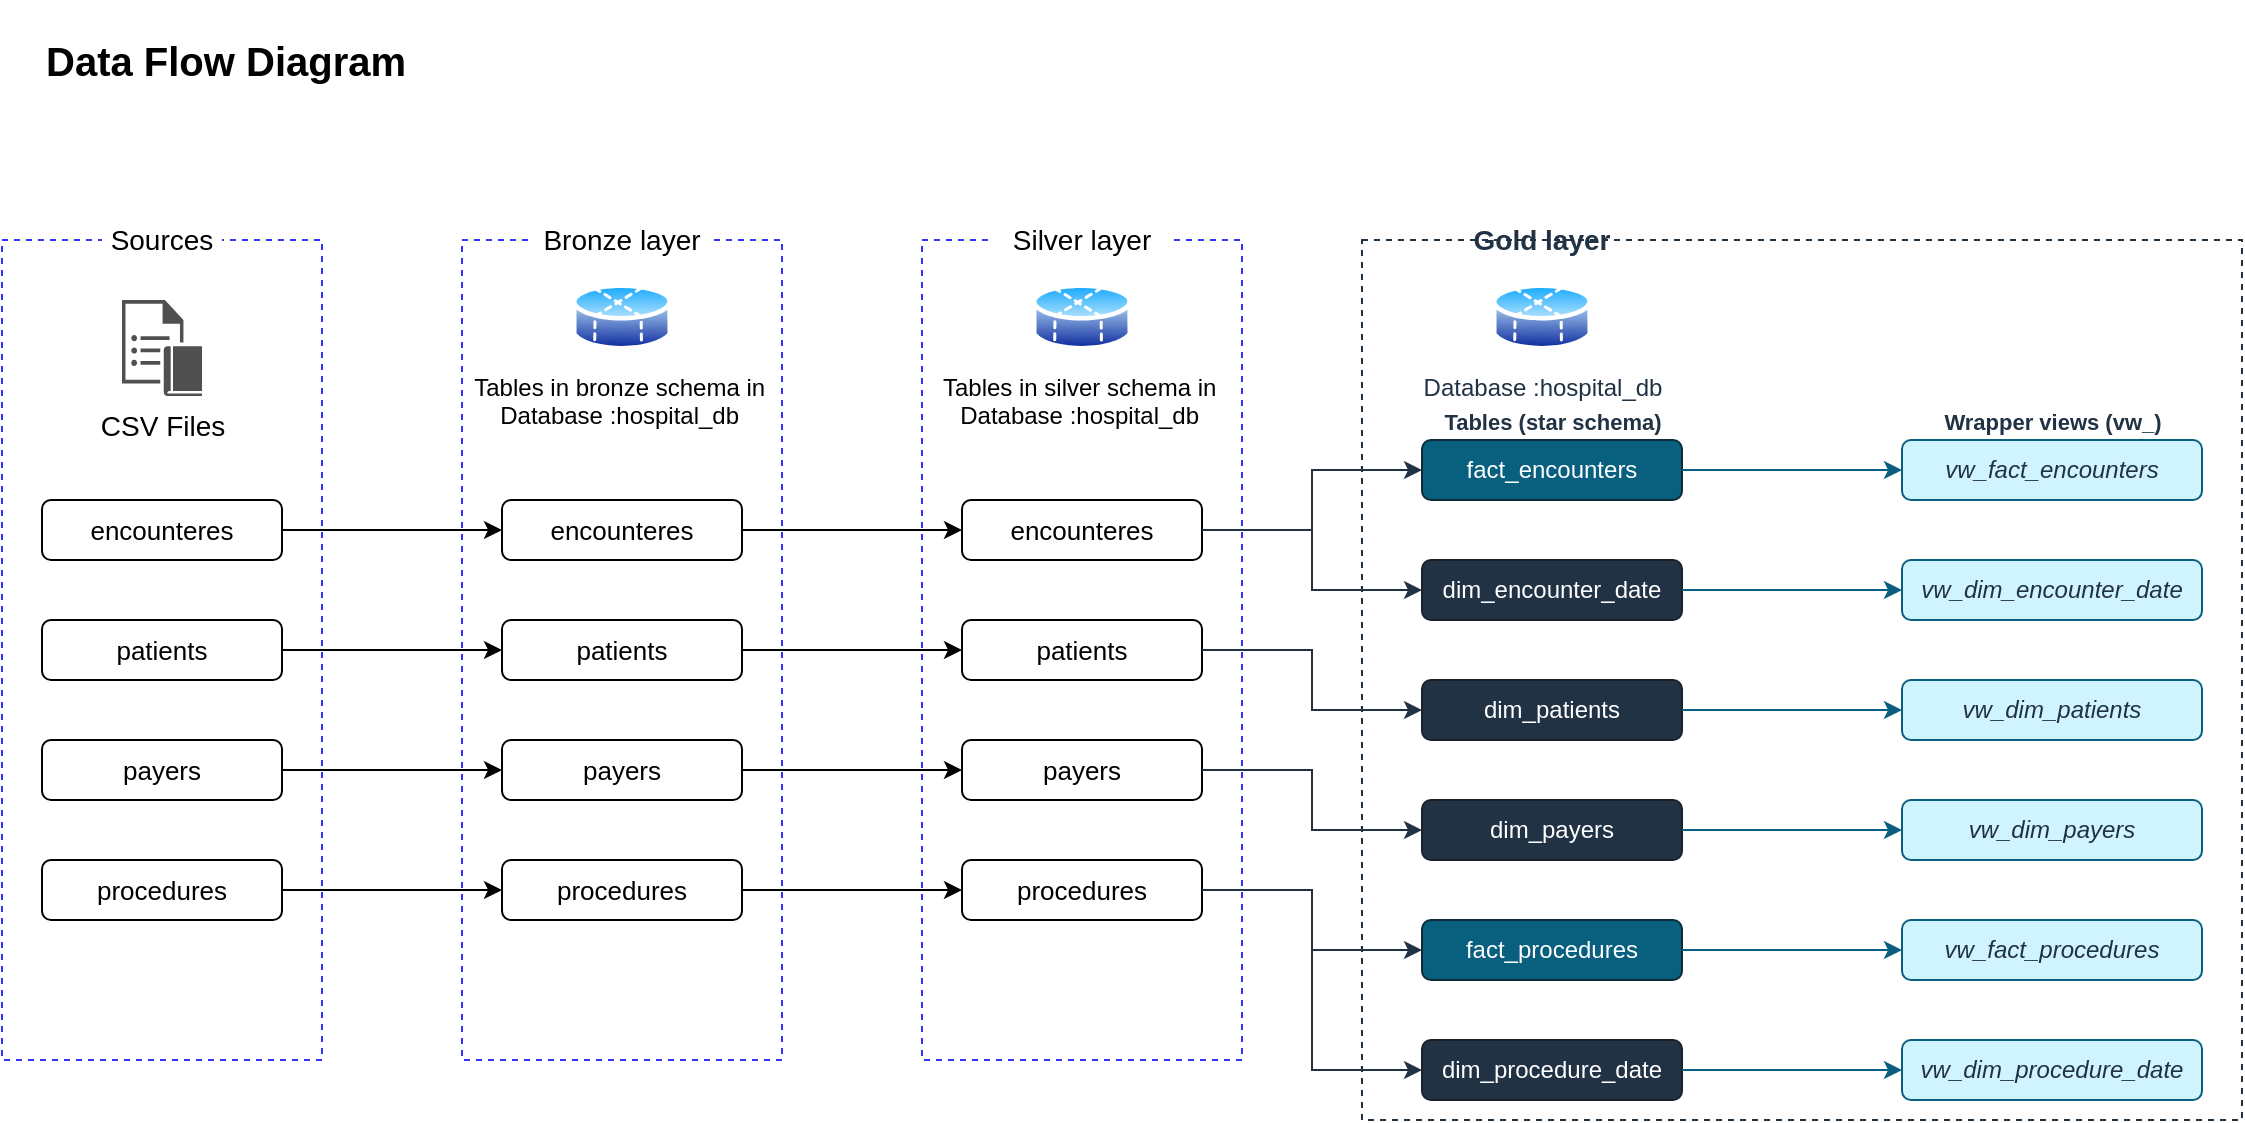
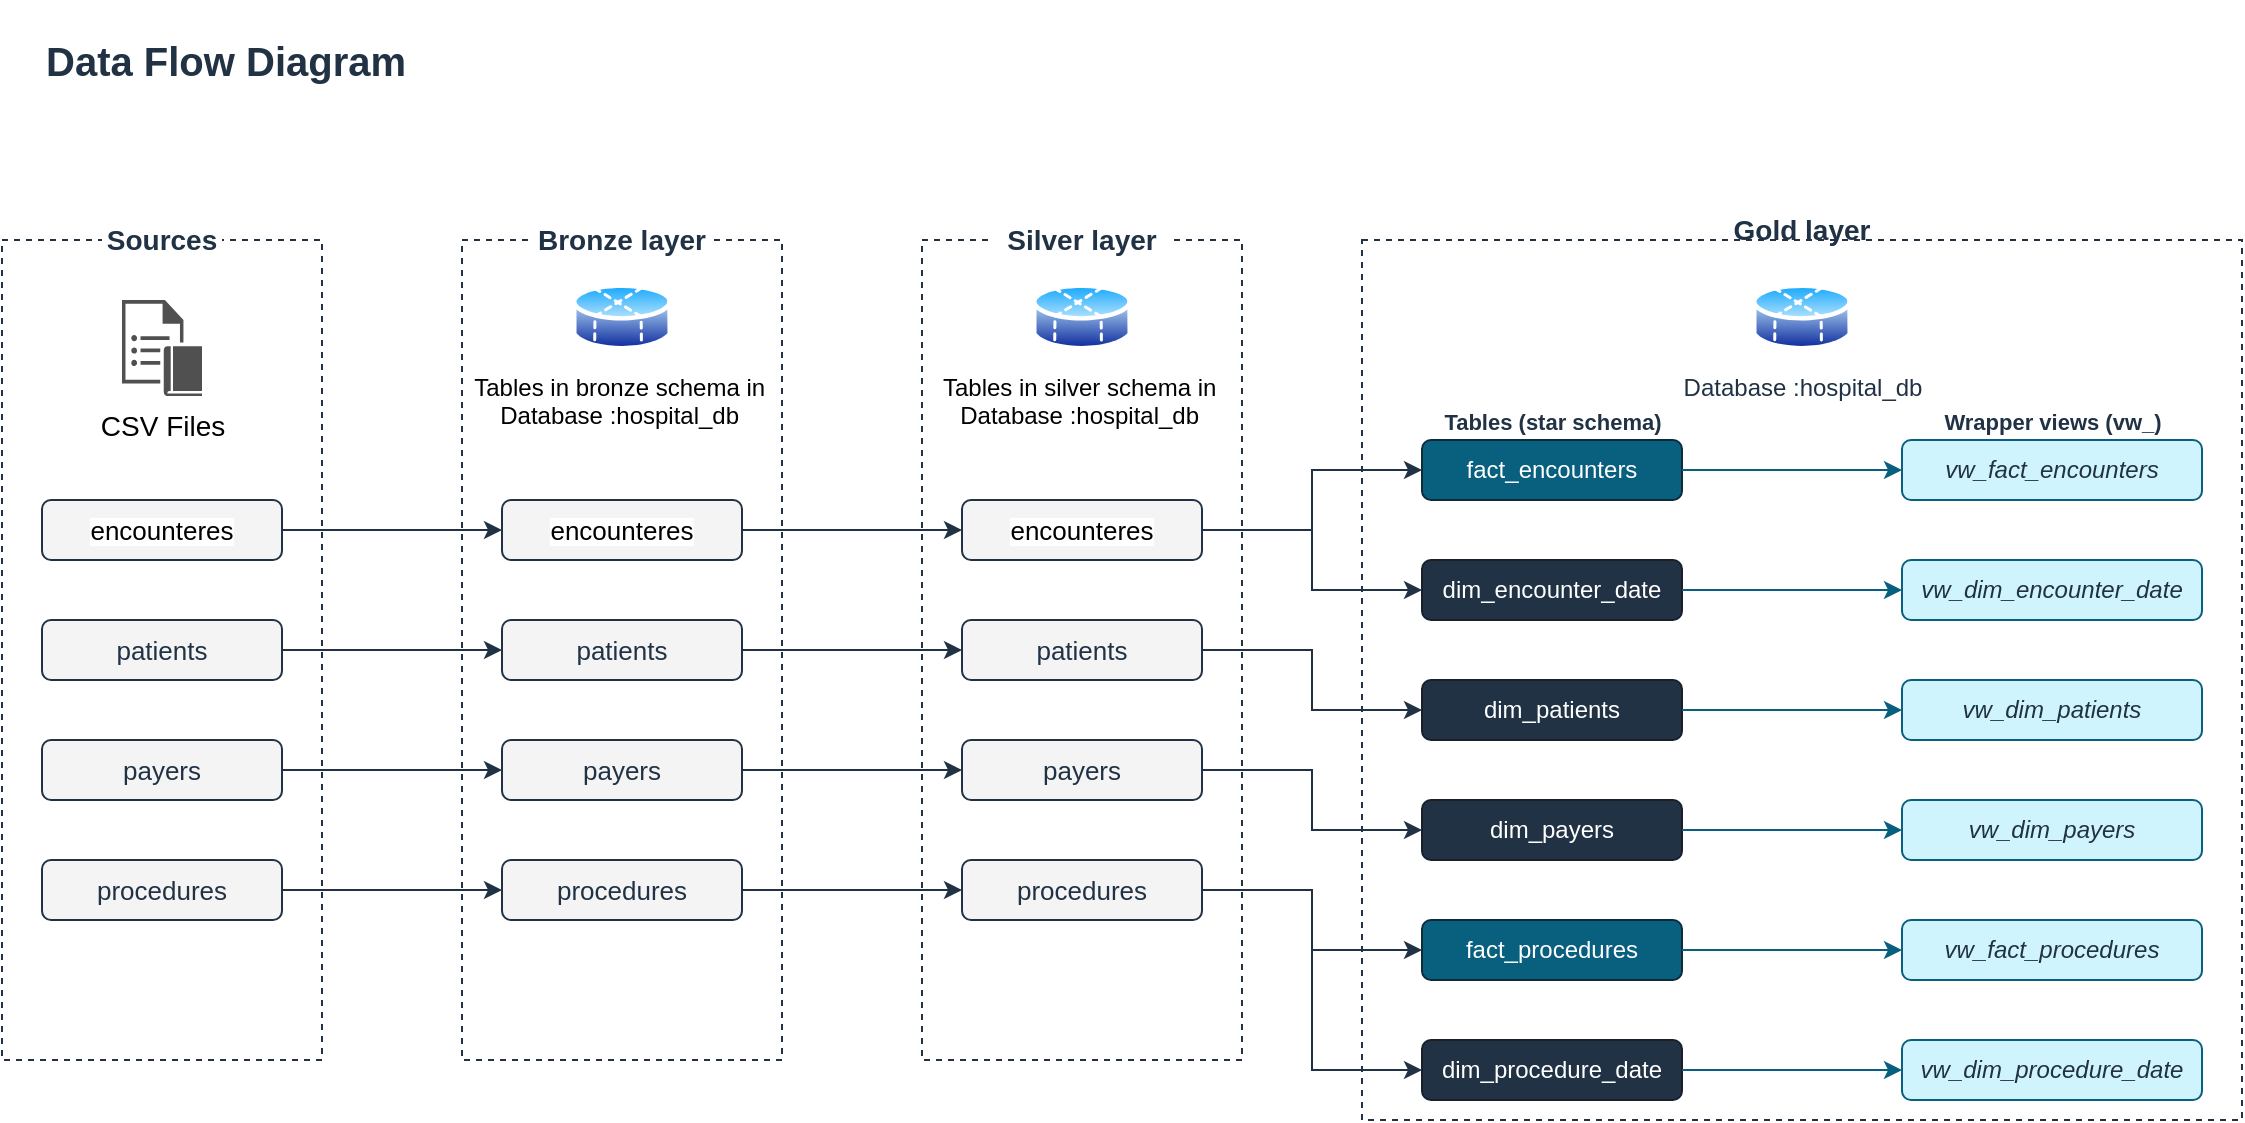
<mxfile host="app.diagrams.net">
  <diagram name="Page-1" id="7KRifTNmhfS79vcvGe9k">
    <mxGraphModel dx="1176" dy="696" grid="1" gridSize="10" guides="1" tooltips="1" connect="1" arrows="1" fold="1" page="1" pageScale="1" pageWidth="1250" pageHeight="1100" math="0" shadow="0">
      <root>
        <mxCell id="0" />
        <mxCell id="1" parent="0" />
-         <mxCell id="1mUyeEgf9nEu3bWgY-zx-3" parent="1" style="rounded=0;whiteSpace=wrap;html=1;fillColor=default;dashed=1;strokeColor=#3333FF;align=left;" value="&lt;blockquote style=&quot;margin: 0px 0px 0px 40px; border: none; padding: 0px; line-height: 150%;&quot;&gt;&lt;br&gt;&lt;/blockquote&gt;" vertex="1">
+         <mxCell id="1mUyeEgf9nEu3bWgY-zx-3" parent="1" style="rounded=0;whiteSpace=wrap;html=1;fillColor=default;dashed=1;strokeColor=#213245;align=left;" value="&lt;blockquote style=&quot;margin: 0px 0px 0px 40px; border: none; padding: 0px; line-height: 150%;&quot;&gt;&lt;br&gt;&lt;/blockquote&gt;" vertex="1">
          <mxGeometry height="410" width="160" x="480" y="230" as="geometry" />
        </mxCell>
-         <mxCell id="sMrIIVQ76radw1M1d-wC-12" parent="1" style="rounded=0;whiteSpace=wrap;html=1;fillColor=default;dashed=1;strokeColor=#3333FF;align=left;" value="&lt;blockquote style=&quot;margin: 0px 0px 0px 40px; border: none; padding: 0px; line-height: 150%;&quot;&gt;&lt;br&gt;&lt;/blockquote&gt;" vertex="1">
+         <mxCell id="sMrIIVQ76radw1M1d-wC-12" parent="1" style="rounded=0;whiteSpace=wrap;html=1;fillColor=default;dashed=1;strokeColor=#213245;align=left;" value="&lt;blockquote style=&quot;margin: 0px 0px 0px 40px; border: none; padding: 0px; line-height: 150%;&quot;&gt;&lt;br&gt;&lt;/blockquote&gt;" vertex="1">
          <mxGeometry height="410" width="160" x="250" y="230" as="geometry" />
        </mxCell>
-         <mxCell id="sMrIIVQ76radw1M1d-wC-1" parent="1" style="rounded=0;whiteSpace=wrap;html=1;fillColor=none;strokeColor=none;align=left;" value="&lt;b&gt;&lt;font style=&quot;font-size: 20px;&quot;&gt;Data Flow Diagram&lt;/font&gt;&lt;/b&gt;" vertex="1">
+         <mxCell id="sMrIIVQ76radw1M1d-wC-1" parent="1" style="rounded=0;whiteSpace=wrap;html=1;fillColor=none;strokeColor=none;align=left;fontColor=#213245;" value="&lt;b&gt;&lt;font style=&quot;font-size: 20px;&quot;&gt;Data Flow Diagram&lt;/font&gt;&lt;/b&gt;" vertex="1">
          <mxGeometry height="60" width="280" x="40" y="110" as="geometry" />
        </mxCell>
-         <mxCell id="sMrIIVQ76radw1M1d-wC-2" parent="1" style="rounded=0;whiteSpace=wrap;html=1;fillColor=default;dashed=1;strokeColor=#3333FF;align=left;" value="&lt;blockquote style=&quot;margin: 0px 0px 0px 40px; border: none; padding: 0px; line-height: 150%;&quot;&gt;&lt;br&gt;&lt;/blockquote&gt;" vertex="1">
+         <mxCell id="sMrIIVQ76radw1M1d-wC-2" parent="1" style="rounded=0;whiteSpace=wrap;html=1;fillColor=default;dashed=1;strokeColor=#213245;align=left;" value="&lt;blockquote style=&quot;margin: 0px 0px 0px 40px; border: none; padding: 0px; line-height: 150%;&quot;&gt;&lt;br&gt;&lt;/blockquote&gt;" vertex="1">
          <mxGeometry height="410" width="160" x="20" y="230" as="geometry" />
        </mxCell>
        <mxCell id="sMrIIVQ76radw1M1d-wC-3" parent="1" style="sketch=0;pointerEvents=1;shadow=0;dashed=0;html=1;strokeColor=none;fillColor=#505050;labelPosition=center;verticalLabelPosition=bottom;verticalAlign=top;outlineConnect=0;align=center;shape=mxgraph.office.communications.journaling_rule;fontSize=14;" value="CSV Files" vertex="1">
          <mxGeometry height="48" width="40" x="80" y="260" as="geometry" />
        </mxCell>
-         <mxCell id="sMrIIVQ76radw1M1d-wC-4" parent="1" style="rounded=1;whiteSpace=wrap;html=1;fillColor=default;strokeColor=none;" value="&lt;font style=&quot;font-size: 14px;&quot;&gt;Sources&lt;/font&gt;" vertex="1">
+         <mxCell id="sMrIIVQ76radw1M1d-wC-4" parent="1" style="rounded=1;whiteSpace=wrap;html=1;fillColor=default;strokeColor=none;fontColor=#213245;fontStyle=1;" value="&lt;font style=&quot;font-size: 14px;&quot;&gt;Sources&lt;/font&gt;" vertex="1">
          <mxGeometry height="40" width="60" x="70" y="210" as="geometry" />
        </mxCell>
-         <mxCell id="sMrIIVQ76radw1M1d-wC-21" edge="1" parent="1" source="sMrIIVQ76radw1M1d-wC-5" style="edgeStyle=orthogonalEdgeStyle;rounded=0;orthogonalLoop=1;jettySize=auto;html=1;entryX=0;entryY=0.5;entryDx=0;entryDy=0;" target="sMrIIVQ76radw1M1d-wC-16">
+         <mxCell id="sMrIIVQ76radw1M1d-wC-21" edge="1" parent="1" source="sMrIIVQ76radw1M1d-wC-5" style="edgeStyle=orthogonalEdgeStyle;rounded=0;orthogonalLoop=1;jettySize=auto;html=1;strokeColor=#213245;entryX=0;entryY=0.5;entryDx=0;entryDy=0;" target="sMrIIVQ76radw1M1d-wC-16">
          <mxGeometry relative="1" as="geometry" />
        </mxCell>
-         <mxCell id="sMrIIVQ76radw1M1d-wC-5" parent="1" style="rounded=1;whiteSpace=wrap;html=1;align=center;" value="&lt;div&gt;&lt;span style=&quot;font-size: 13px;&quot;&gt;patients&lt;/span&gt;&lt;/div&gt;" vertex="1">
+         <mxCell id="sMrIIVQ76radw1M1d-wC-5" parent="1" style="rounded=1;whiteSpace=wrap;html=1;align=center;fillColor=#f4f4f4;strokeColor=#213245;fontColor=#213245;" value="&lt;div&gt;&lt;span style=&quot;font-size: 13px;&quot;&gt;patients&lt;/span&gt;&lt;/div&gt;" vertex="1">
          <mxGeometry height="30" width="120" x="40" y="420" as="geometry" />
        </mxCell>
-         <mxCell id="sMrIIVQ76radw1M1d-wC-23" edge="1" parent="1" source="sMrIIVQ76radw1M1d-wC-7" style="edgeStyle=orthogonalEdgeStyle;rounded=0;orthogonalLoop=1;jettySize=auto;html=1;" target="sMrIIVQ76radw1M1d-wC-18">
+         <mxCell id="sMrIIVQ76radw1M1d-wC-23" edge="1" parent="1" source="sMrIIVQ76radw1M1d-wC-7" style="edgeStyle=orthogonalEdgeStyle;rounded=0;orthogonalLoop=1;jettySize=auto;html=1;strokeColor=#213245;" target="sMrIIVQ76radw1M1d-wC-18">
          <mxGeometry relative="1" as="geometry" />
        </mxCell>
-         <mxCell id="sMrIIVQ76radw1M1d-wC-7" parent="1" style="rounded=1;whiteSpace=wrap;html=1;align=center;" value="&lt;div&gt;&lt;span style=&quot;font-size: 13px; text-align: left;&quot;&gt;procedures&lt;/span&gt;&lt;/div&gt;" vertex="1">
+         <mxCell id="sMrIIVQ76radw1M1d-wC-7" parent="1" style="rounded=1;whiteSpace=wrap;html=1;align=center;fillColor=#f4f4f4;strokeColor=#213245;fontColor=#213245;" value="&lt;div&gt;&lt;span style=&quot;font-size: 13px; text-align: left;&quot;&gt;procedures&lt;/span&gt;&lt;/div&gt;" vertex="1">
          <mxGeometry height="30" width="120" x="40" y="540" as="geometry" />
        </mxCell>
-         <mxCell id="sMrIIVQ76radw1M1d-wC-22" edge="1" parent="1" source="sMrIIVQ76radw1M1d-wC-8" style="edgeStyle=orthogonalEdgeStyle;rounded=0;orthogonalLoop=1;jettySize=auto;html=1;" target="sMrIIVQ76radw1M1d-wC-17">
+         <mxCell id="sMrIIVQ76radw1M1d-wC-22" edge="1" parent="1" source="sMrIIVQ76radw1M1d-wC-8" style="edgeStyle=orthogonalEdgeStyle;rounded=0;orthogonalLoop=1;jettySize=auto;html=1;strokeColor=#213245;" target="sMrIIVQ76radw1M1d-wC-17">
          <mxGeometry relative="1" as="geometry" />
        </mxCell>
-         <mxCell id="sMrIIVQ76radw1M1d-wC-8" parent="1" style="rounded=1;whiteSpace=wrap;html=1;align=center;" value="&lt;div&gt;&lt;span style=&quot;font-size: 13px; text-align: left;&quot;&gt;payers&lt;/span&gt;&lt;br style=&quot;font-size: 13px; text-align: left;&quot;&gt;&lt;/div&gt;" vertex="1">
+         <mxCell id="sMrIIVQ76radw1M1d-wC-8" parent="1" style="rounded=1;whiteSpace=wrap;html=1;align=center;fillColor=#f4f4f4;strokeColor=#213245;fontColor=#213245;" value="&lt;div&gt;&lt;span style=&quot;font-size: 13px; text-align: left;&quot;&gt;payers&lt;/span&gt;&lt;br style=&quot;font-size: 13px; text-align: left;&quot;&gt;&lt;/div&gt;" vertex="1">
          <mxGeometry height="30" width="120" x="40" y="480" as="geometry" />
        </mxCell>
-         <mxCell id="sMrIIVQ76radw1M1d-wC-20" edge="1" parent="1" source="sMrIIVQ76radw1M1d-wC-9" style="edgeStyle=orthogonalEdgeStyle;rounded=0;orthogonalLoop=1;jettySize=auto;html=1;entryX=0;entryY=0.5;entryDx=0;entryDy=0;" target="sMrIIVQ76radw1M1d-wC-15">
+         <mxCell id="sMrIIVQ76radw1M1d-wC-20" edge="1" parent="1" source="sMrIIVQ76radw1M1d-wC-9" style="edgeStyle=orthogonalEdgeStyle;rounded=0;orthogonalLoop=1;jettySize=auto;html=1;strokeColor=#213245;entryX=0;entryY=0.5;entryDx=0;entryDy=0;" target="sMrIIVQ76radw1M1d-wC-15">
          <mxGeometry relative="1" as="geometry" />
        </mxCell>
-         <mxCell id="sMrIIVQ76radw1M1d-wC-9" parent="1" style="rounded=1;whiteSpace=wrap;html=1;align=center;" value="&lt;span style=&quot;background-color: light-dark(#ffffff, var(--ge-dark-color, #121212));&quot;&gt;&lt;br&gt;&lt;span style=&quot;color: rgb(0, 0, 0); font-family: Helvetica; font-size: 13px; font-style: normal; font-variant-ligatures: normal; font-variant-caps: normal; font-weight: 400; letter-spacing: normal; orphans: 2; text-indent: 0px; text-transform: none; widows: 2; word-spacing: 0px; -webkit-text-stroke-width: 0px; white-space: normal; text-decoration-thickness: initial; text-decoration-style: initial; text-decoration-color: initial; float: none; display: inline !important;&quot;&gt;encounteres&lt;/span&gt;&lt;/span&gt;&lt;div&gt;&lt;br&gt;&lt;/div&gt;" vertex="1">
+         <mxCell id="sMrIIVQ76radw1M1d-wC-9" parent="1" style="rounded=1;whiteSpace=wrap;html=1;align=center;fillColor=#f4f4f4;strokeColor=#213245;fontColor=#213245;" value="&lt;span style=&quot;background-color: light-dark(#ffffff, var(--ge-dark-color, #121212));&quot;&gt;&lt;br&gt;&lt;span style=&quot;color: rgb(0, 0, 0); font-family: Helvetica; font-size: 13px; font-style: normal; font-variant-ligatures: normal; font-variant-caps: normal; font-weight: 400; letter-spacing: normal; orphans: 2; text-indent: 0px; text-transform: none; widows: 2; word-spacing: 0px; -webkit-text-stroke-width: 0px; white-space: normal; text-decoration-thickness: initial; text-decoration-style: initial; text-decoration-color: initial; float: none; display: inline !important;&quot;&gt;encounteres&lt;/span&gt;&lt;/span&gt;&lt;div&gt;&lt;br&gt;&lt;/div&gt;" vertex="1">
          <mxGeometry height="30" width="120" x="40" y="360" as="geometry" />
        </mxCell>
-         <mxCell id="sMrIIVQ76radw1M1d-wC-13" parent="1" style="rounded=1;whiteSpace=wrap;html=1;fillColor=default;strokeColor=none;" value="&lt;font style=&quot;font-size: 14px;&quot;&gt;Bronze layer&lt;/font&gt;" vertex="1">
+         <mxCell id="sMrIIVQ76radw1M1d-wC-13" parent="1" style="rounded=1;whiteSpace=wrap;html=1;fillColor=default;strokeColor=none;fontColor=#213245;fontStyle=1;" value="&lt;font style=&quot;font-size: 14px;&quot;&gt;Bronze layer&lt;/font&gt;" vertex="1">
          <mxGeometry height="40" width="90" x="285" y="210" as="geometry" />
        </mxCell>
        <mxCell id="sMrIIVQ76radw1M1d-wC-14" parent="1" style="image;aspect=fixed;perimeter=ellipsePerimeter;html=1;align=center;shadow=0;dashed=0;spacingTop=3;image=img/lib/active_directory/database_partition_4.svg;" value="Tables in bronze schema in&amp;nbsp;&lt;div&gt;Database :hospital_db&amp;nbsp;&lt;/div&gt;" vertex="1">
          <mxGeometry height="37" width="50" x="305" y="250" as="geometry" />
        </mxCell>
-         <mxCell id="1mUyeEgf9nEu3bWgY-zx-13" edge="1" parent="1" source="sMrIIVQ76radw1M1d-wC-15" style="edgeStyle=orthogonalEdgeStyle;rounded=0;orthogonalLoop=1;jettySize=auto;html=1;" target="1mUyeEgf9nEu3bWgY-zx-7">
+         <mxCell id="1mUyeEgf9nEu3bWgY-zx-13" edge="1" parent="1" source="sMrIIVQ76radw1M1d-wC-15" style="edgeStyle=orthogonalEdgeStyle;rounded=0;orthogonalLoop=1;jettySize=auto;html=1;strokeColor=#213245;" target="1mUyeEgf9nEu3bWgY-zx-7">
          <mxGeometry relative="1" as="geometry" />
        </mxCell>
-         <mxCell id="sMrIIVQ76radw1M1d-wC-15" parent="1" style="rounded=1;whiteSpace=wrap;html=1;align=center;" value="&lt;span style=&quot;background-color: light-dark(#ffffff, var(--ge-dark-color, #121212));&quot;&gt;&lt;br&gt;&lt;span style=&quot;color: rgb(0, 0, 0); font-family: Helvetica; font-size: 13px; font-style: normal; font-variant-ligatures: normal; font-variant-caps: normal; font-weight: 400; letter-spacing: normal; orphans: 2; text-indent: 0px; text-transform: none; widows: 2; word-spacing: 0px; -webkit-text-stroke-width: 0px; white-space: normal; text-decoration-thickness: initial; text-decoration-style: initial; text-decoration-color: initial; float: none; display: inline !important;&quot;&gt;encounteres&lt;/span&gt;&lt;/span&gt;&lt;div&gt;&lt;br&gt;&lt;/div&gt;" vertex="1">
+         <mxCell id="sMrIIVQ76radw1M1d-wC-15" parent="1" style="rounded=1;whiteSpace=wrap;html=1;align=center;fillColor=#f4f4f4;strokeColor=#213245;fontColor=#213245;" value="&lt;span style=&quot;background-color: light-dark(#ffffff, var(--ge-dark-color, #121212));&quot;&gt;&lt;br&gt;&lt;span style=&quot;color: rgb(0, 0, 0); font-family: Helvetica; font-size: 13px; font-style: normal; font-variant-ligatures: normal; font-variant-caps: normal; font-weight: 400; letter-spacing: normal; orphans: 2; text-indent: 0px; text-transform: none; widows: 2; word-spacing: 0px; -webkit-text-stroke-width: 0px; white-space: normal; text-decoration-thickness: initial; text-decoration-style: initial; text-decoration-color: initial; float: none; display: inline !important;&quot;&gt;encounteres&lt;/span&gt;&lt;/span&gt;&lt;div&gt;&lt;br&gt;&lt;/div&gt;" vertex="1">
          <mxGeometry height="30" width="120" x="270" y="360" as="geometry" />
        </mxCell>
-         <mxCell id="1mUyeEgf9nEu3bWgY-zx-14" edge="1" parent="1" source="sMrIIVQ76radw1M1d-wC-16" style="edgeStyle=orthogonalEdgeStyle;rounded=0;orthogonalLoop=1;jettySize=auto;html=1;" target="1mUyeEgf9nEu3bWgY-zx-8" value="">
+         <mxCell id="1mUyeEgf9nEu3bWgY-zx-14" edge="1" parent="1" source="sMrIIVQ76radw1M1d-wC-16" style="edgeStyle=orthogonalEdgeStyle;rounded=0;orthogonalLoop=1;jettySize=auto;html=1;strokeColor=#213245;" target="1mUyeEgf9nEu3bWgY-zx-8" value="">
          <mxGeometry relative="1" as="geometry" />
        </mxCell>
-         <mxCell id="sMrIIVQ76radw1M1d-wC-16" parent="1" style="rounded=1;whiteSpace=wrap;html=1;align=center;" value="&lt;div&gt;&lt;span style=&quot;font-size: 13px;&quot;&gt;patients&lt;/span&gt;&lt;/div&gt;" vertex="1">
+         <mxCell id="sMrIIVQ76radw1M1d-wC-16" parent="1" style="rounded=1;whiteSpace=wrap;html=1;align=center;fillColor=#f4f4f4;strokeColor=#213245;fontColor=#213245;" value="&lt;div&gt;&lt;span style=&quot;font-size: 13px;&quot;&gt;patients&lt;/span&gt;&lt;/div&gt;" vertex="1">
          <mxGeometry height="30" width="120" x="270" y="420" as="geometry" />
        </mxCell>
-         <mxCell id="1mUyeEgf9nEu3bWgY-zx-15" edge="1" parent="1" source="sMrIIVQ76radw1M1d-wC-17" style="edgeStyle=orthogonalEdgeStyle;rounded=0;orthogonalLoop=1;jettySize=auto;html=1;" target="1mUyeEgf9nEu3bWgY-zx-9">
+         <mxCell id="1mUyeEgf9nEu3bWgY-zx-15" edge="1" parent="1" source="sMrIIVQ76radw1M1d-wC-17" style="edgeStyle=orthogonalEdgeStyle;rounded=0;orthogonalLoop=1;jettySize=auto;html=1;strokeColor=#213245;" target="1mUyeEgf9nEu3bWgY-zx-9">
          <mxGeometry relative="1" as="geometry" />
        </mxCell>
-         <mxCell id="sMrIIVQ76radw1M1d-wC-17" parent="1" style="rounded=1;whiteSpace=wrap;html=1;align=center;" value="&lt;div&gt;&lt;span style=&quot;font-size: 13px; text-align: left;&quot;&gt;payers&lt;/span&gt;&lt;br style=&quot;font-size: 13px; text-align: left;&quot;&gt;&lt;/div&gt;" vertex="1">
+         <mxCell id="sMrIIVQ76radw1M1d-wC-17" parent="1" style="rounded=1;whiteSpace=wrap;html=1;align=center;fillColor=#f4f4f4;strokeColor=#213245;fontColor=#213245;" value="&lt;div&gt;&lt;span style=&quot;font-size: 13px; text-align: left;&quot;&gt;payers&lt;/span&gt;&lt;br style=&quot;font-size: 13px; text-align: left;&quot;&gt;&lt;/div&gt;" vertex="1">
          <mxGeometry height="30" width="120" x="270" y="480" as="geometry" />
        </mxCell>
-         <mxCell id="1mUyeEgf9nEu3bWgY-zx-16" edge="1" parent="1" source="sMrIIVQ76radw1M1d-wC-18" style="edgeStyle=orthogonalEdgeStyle;rounded=0;orthogonalLoop=1;jettySize=auto;html=1;" target="1mUyeEgf9nEu3bWgY-zx-10">
+         <mxCell id="1mUyeEgf9nEu3bWgY-zx-16" edge="1" parent="1" source="sMrIIVQ76radw1M1d-wC-18" style="edgeStyle=orthogonalEdgeStyle;rounded=0;orthogonalLoop=1;jettySize=auto;html=1;strokeColor=#213245;" target="1mUyeEgf9nEu3bWgY-zx-10">
          <mxGeometry relative="1" as="geometry" />
        </mxCell>
-         <mxCell id="sMrIIVQ76radw1M1d-wC-18" parent="1" style="rounded=1;whiteSpace=wrap;html=1;align=center;" value="&lt;div&gt;&lt;span style=&quot;font-size: 13px; text-align: left;&quot;&gt;procedures&lt;/span&gt;&lt;/div&gt;" vertex="1">
+         <mxCell id="sMrIIVQ76radw1M1d-wC-18" parent="1" style="rounded=1;whiteSpace=wrap;html=1;align=center;fillColor=#f4f4f4;strokeColor=#213245;fontColor=#213245;" value="&lt;div&gt;&lt;span style=&quot;font-size: 13px; text-align: left;&quot;&gt;procedures&lt;/span&gt;&lt;/div&gt;" vertex="1">
          <mxGeometry height="30" width="120" x="270" y="540" as="geometry" />
        </mxCell>
-         <mxCell id="1mUyeEgf9nEu3bWgY-zx-4" parent="1" style="rounded=1;whiteSpace=wrap;html=1;fillColor=default;strokeColor=none;" value="&lt;font style=&quot;font-size: 14px;&quot;&gt;Silver layer&lt;/font&gt;" vertex="1">
+         <mxCell id="1mUyeEgf9nEu3bWgY-zx-4" parent="1" style="rounded=1;whiteSpace=wrap;html=1;fillColor=default;strokeColor=none;fontColor=#213245;fontStyle=1;" value="&lt;font style=&quot;font-size: 14px;&quot;&gt;Silver layer&lt;/font&gt;" vertex="1">
          <mxGeometry height="40" width="90" x="515" y="210" as="geometry" />
        </mxCell>
        <mxCell id="1mUyeEgf9nEu3bWgY-zx-5" parent="1" style="image;aspect=fixed;perimeter=ellipsePerimeter;html=1;align=center;shadow=0;dashed=0;spacingTop=3;image=img/lib/active_directory/database_partition_4.svg;" value="Tables in silver schema in&amp;nbsp;&lt;div&gt;Database :hospital_db&amp;nbsp;&lt;/div&gt;" vertex="1">
          <mxGeometry height="37" width="50" x="535" y="250" as="geometry" />
        </mxCell>
-         <mxCell id="1mUyeEgf9nEu3bWgY-zx-7" parent="1" style="rounded=1;whiteSpace=wrap;html=1;align=center;" value="&lt;span style=&quot;background-color: light-dark(#ffffff, var(--ge-dark-color, #121212));&quot;&gt;&lt;br&gt;&lt;span style=&quot;color: rgb(0, 0, 0); font-family: Helvetica; font-size: 13px; font-style: normal; font-variant-ligatures: normal; font-variant-caps: normal; font-weight: 400; letter-spacing: normal; orphans: 2; text-indent: 0px; text-transform: none; widows: 2; word-spacing: 0px; -webkit-text-stroke-width: 0px; white-space: normal; text-decoration-thickness: initial; text-decoration-style: initial; text-decoration-color: initial; float: none; display: inline !important;&quot;&gt;encounteres&lt;/span&gt;&lt;/span&gt;&lt;div&gt;&lt;br&gt;&lt;/div&gt;" vertex="1">
+         <mxCell id="1mUyeEgf9nEu3bWgY-zx-7" parent="1" style="rounded=1;whiteSpace=wrap;html=1;align=center;fillColor=#f4f4f4;strokeColor=#213245;fontColor=#213245;" value="&lt;span style=&quot;background-color: light-dark(#ffffff, var(--ge-dark-color, #121212));&quot;&gt;&lt;br&gt;&lt;span style=&quot;color: rgb(0, 0, 0); font-family: Helvetica; font-size: 13px; font-style: normal; font-variant-ligatures: normal; font-variant-caps: normal; font-weight: 400; letter-spacing: normal; orphans: 2; text-indent: 0px; text-transform: none; widows: 2; word-spacing: 0px; -webkit-text-stroke-width: 0px; white-space: normal; text-decoration-thickness: initial; text-decoration-style: initial; text-decoration-color: initial; float: none; display: inline !important;&quot;&gt;encounteres&lt;/span&gt;&lt;/span&gt;&lt;div&gt;&lt;br&gt;&lt;/div&gt;" vertex="1">
          <mxGeometry height="30" width="120" x="500" y="360" as="geometry" />
        </mxCell>
-         <mxCell id="1mUyeEgf9nEu3bWgY-zx-8" parent="1" style="rounded=1;whiteSpace=wrap;html=1;align=center;" value="&lt;div&gt;&lt;span style=&quot;font-size: 13px;&quot;&gt;patients&lt;/span&gt;&lt;/div&gt;" vertex="1">
+         <mxCell id="1mUyeEgf9nEu3bWgY-zx-8" parent="1" style="rounded=1;whiteSpace=wrap;html=1;align=center;fillColor=#f4f4f4;strokeColor=#213245;fontColor=#213245;" value="&lt;div&gt;&lt;span style=&quot;font-size: 13px;&quot;&gt;patients&lt;/span&gt;&lt;/div&gt;" vertex="1">
          <mxGeometry height="30" width="120" x="500" y="420" as="geometry" />
        </mxCell>
-         <mxCell id="1mUyeEgf9nEu3bWgY-zx-9" parent="1" style="rounded=1;whiteSpace=wrap;html=1;align=center;" value="&lt;div&gt;&lt;span style=&quot;font-size: 13px; text-align: left;&quot;&gt;payers&lt;/span&gt;&lt;br style=&quot;font-size: 13px; text-align: left;&quot;&gt;&lt;/div&gt;" vertex="1">
+         <mxCell id="1mUyeEgf9nEu3bWgY-zx-9" parent="1" style="rounded=1;whiteSpace=wrap;html=1;align=center;fillColor=#f4f4f4;strokeColor=#213245;fontColor=#213245;" value="&lt;div&gt;&lt;span style=&quot;font-size: 13px; text-align: left;&quot;&gt;payers&lt;/span&gt;&lt;br style=&quot;font-size: 13px; text-align: left;&quot;&gt;&lt;/div&gt;" vertex="1">
          <mxGeometry height="30" width="120" x="500" y="480" as="geometry" />
        </mxCell>
-         <mxCell id="1mUyeEgf9nEu3bWgY-zx-10" parent="1" style="rounded=1;whiteSpace=wrap;html=1;align=center;" value="&lt;div&gt;&lt;span style=&quot;font-size: 13px; text-align: left;&quot;&gt;procedures&lt;/span&gt;&lt;/div&gt;" vertex="1">
+         <mxCell id="1mUyeEgf9nEu3bWgY-zx-10" parent="1" style="rounded=1;whiteSpace=wrap;html=1;align=center;fillColor=#f4f4f4;strokeColor=#213245;fontColor=#213245;" value="&lt;div&gt;&lt;span style=&quot;font-size: 13px; text-align: left;&quot;&gt;procedures&lt;/span&gt;&lt;/div&gt;" vertex="1">
          <mxGeometry height="30" width="120" x="500" y="540" as="geometry" />
        </mxCell>
        <mxCell id="g_container" parent="1" style="rounded=0;whiteSpace=wrap;html=1;fillColor=none;dashed=1;strokeColor=#213245;" value="" vertex="1">
          <mxGeometry height="440" width="440" x="700" y="230" as="geometry" />
        </mxCell>
-         <mxCell id="g_label" parent="1" style="rounded=1;whiteSpace=wrap;html=1;fillColor=none;strokeColor=none;fontColor=#213245;fontStyle=1;" value="&lt;font style=&quot;font-size: 14px;&quot;&gt;Gold layer&lt;/font&gt;" vertex="1">
-           <mxGeometry height="40" width="90" x="745" y="210" as="geometry" />
+         <mxCell id="g_label" parent="1" style="rounded=1;whiteSpace=wrap;html=1;fillColor=none;strokeColor=none;fontColor=#213245;fontStyle=1;align=center;" value="&lt;font style=&quot;font-size: 14px;&quot;&gt;Gold layer&lt;/font&gt;" vertex="1">
+           <mxGeometry height="40" width="120" x="860" y="205" as="geometry" />
        </mxCell>
        <mxCell id="g_icon" parent="1" style="image;aspect=fixed;perimeter=ellipsePerimeter;html=1;align=center;shadow=0;dashed=0;spacingTop=3;image=img/lib/active_directory/database_partition_4.svg;fontColor=#213245;" value="Database :hospital_db" vertex="1">
-           <mxGeometry height="37" width="50" x="765" y="250" as="geometry" />
+           <mxGeometry height="37" width="50" x="895" y="250" as="geometry" />
        </mxCell>
        <mxCell id="g_hdr_t" parent="1" style="text;html=1;align=center;fontColor=#213245;fontStyle=1;fontSize=11;" value="Tables (star schema)" vertex="1">
          <mxGeometry height="20" width="130" x="730" y="308" as="geometry" />
        </mxCell>
        <mxCell id="g_hdr_v" parent="1" style="text;html=1;align=center;fontColor=#213245;fontStyle=1;fontSize=11;" value="Wrapper views (vw_)" vertex="1">
          <mxGeometry height="20" width="150" x="970" y="308" as="geometry" />
        </mxCell>
        <mxCell id="g_fact_enc" parent="1" style="rounded=1;whiteSpace=wrap;html=1;align=center;fillColor=#095f7e;strokeColor=#0d2b39;fontColor=#ffffff;fontSize=12;" value="fact_encounters" vertex="1">
          <mxGeometry height="30" width="130" x="730" y="330" as="geometry" />
        </mxCell>
        <mxCell id="vw_g_fact_enc" parent="1" style="rounded=1;whiteSpace=wrap;html=1;align=center;fillColor=#d0f4fe;strokeColor=#095f7e;fontColor=#213245;fontSize=12;fontStyle=2;" value="vw_fact_encounters" vertex="1">
          <mxGeometry height="30" width="150" x="970" y="330" as="geometry" />
        </mxCell>
        <mxCell id="g_dim_encdate" parent="1" style="rounded=1;whiteSpace=wrap;html=1;align=center;fillColor=#213245;strokeColor=#19202a;fontColor=#ffffff;fontSize=12;" value="dim_encounter_date" vertex="1">
          <mxGeometry height="30" width="130" x="730" y="390" as="geometry" />
        </mxCell>
        <mxCell id="vw_g_dim_encdate" parent="1" style="rounded=1;whiteSpace=wrap;html=1;align=center;fillColor=#d0f4fe;strokeColor=#095f7e;fontColor=#213245;fontSize=12;fontStyle=2;" value="vw_dim_encounter_date" vertex="1">
          <mxGeometry height="30" width="150" x="970" y="390" as="geometry" />
        </mxCell>
        <mxCell id="g_dim_pat" parent="1" style="rounded=1;whiteSpace=wrap;html=1;align=center;fillColor=#213245;strokeColor=#19202a;fontColor=#ffffff;fontSize=12;" value="dim_patients" vertex="1">
          <mxGeometry height="30" width="130" x="730" y="450" as="geometry" />
        </mxCell>
        <mxCell id="vw_g_dim_pat" parent="1" style="rounded=1;whiteSpace=wrap;html=1;align=center;fillColor=#d0f4fe;strokeColor=#095f7e;fontColor=#213245;fontSize=12;fontStyle=2;" value="vw_dim_patients" vertex="1">
          <mxGeometry height="30" width="150" x="970" y="450" as="geometry" />
        </mxCell>
        <mxCell id="g_dim_pay" parent="1" style="rounded=1;whiteSpace=wrap;html=1;align=center;fillColor=#213245;strokeColor=#19202a;fontColor=#ffffff;fontSize=12;" value="dim_payers" vertex="1">
          <mxGeometry height="30" width="130" x="730" y="510" as="geometry" />
        </mxCell>
        <mxCell id="vw_g_dim_pay" parent="1" style="rounded=1;whiteSpace=wrap;html=1;align=center;fillColor=#d0f4fe;strokeColor=#095f7e;fontColor=#213245;fontSize=12;fontStyle=2;" value="vw_dim_payers" vertex="1">
          <mxGeometry height="30" width="150" x="970" y="510" as="geometry" />
        </mxCell>
        <mxCell id="g_fact_proc" parent="1" style="rounded=1;whiteSpace=wrap;html=1;align=center;fillColor=#095f7e;strokeColor=#0d2b39;fontColor=#ffffff;fontSize=12;" value="fact_procedures" vertex="1">
          <mxGeometry height="30" width="130" x="730" y="570" as="geometry" />
        </mxCell>
        <mxCell id="vw_g_fact_proc" parent="1" style="rounded=1;whiteSpace=wrap;html=1;align=center;fillColor=#d0f4fe;strokeColor=#095f7e;fontColor=#213245;fontSize=12;fontStyle=2;" value="vw_fact_procedures" vertex="1">
          <mxGeometry height="30" width="150" x="970" y="570" as="geometry" />
        </mxCell>
        <mxCell id="g_dim_prcdate" parent="1" style="rounded=1;whiteSpace=wrap;html=1;align=center;fillColor=#213245;strokeColor=#19202a;fontColor=#ffffff;fontSize=12;" value="dim_procedure_date" vertex="1">
          <mxGeometry height="30" width="130" x="730" y="630" as="geometry" />
        </mxCell>
        <mxCell id="vw_g_dim_prcdate" parent="1" style="rounded=1;whiteSpace=wrap;html=1;align=center;fillColor=#d0f4fe;strokeColor=#095f7e;fontColor=#213245;fontSize=12;fontStyle=2;" value="vw_dim_procedure_date" vertex="1">
          <mxGeometry height="30" width="150" x="970" y="630" as="geometry" />
        </mxCell>
        <mxCell id="e_g_fact_enc" parent="1" edge="1" source="1mUyeEgf9nEu3bWgY-zx-7" target="g_fact_enc" style="edgeStyle=orthogonalEdgeStyle;rounded=0;orthogonalLoop=1;jettySize=auto;html=1;strokeColor=#213245;entryX=0;entryY=0.5;entryDx=0;entryDy=0;">
          <mxGeometry relative="1" as="geometry" />
        </mxCell>
        <mxCell id="e_vw_g_fact_enc" parent="1" edge="1" source="g_fact_enc" target="vw_g_fact_enc" style="edgeStyle=orthogonalEdgeStyle;rounded=0;orthogonalLoop=1;jettySize=auto;html=1;strokeColor=#095f7e;exitX=1;exitY=0.5;exitDx=0;exitDy=0;entryX=0;entryY=0.5;entryDx=0;entryDy=0;">
          <mxGeometry relative="1" as="geometry" />
        </mxCell>
        <mxCell id="e_g_dim_encdate" parent="1" edge="1" source="1mUyeEgf9nEu3bWgY-zx-7" target="g_dim_encdate" style="edgeStyle=orthogonalEdgeStyle;rounded=0;orthogonalLoop=1;jettySize=auto;html=1;strokeColor=#213245;entryX=0;entryY=0.5;entryDx=0;entryDy=0;">
          <mxGeometry relative="1" as="geometry" />
        </mxCell>
        <mxCell id="e_vw_g_dim_encdate" parent="1" edge="1" source="g_dim_encdate" target="vw_g_dim_encdate" style="edgeStyle=orthogonalEdgeStyle;rounded=0;orthogonalLoop=1;jettySize=auto;html=1;strokeColor=#095f7e;exitX=1;exitY=0.5;exitDx=0;exitDy=0;entryX=0;entryY=0.5;entryDx=0;entryDy=0;">
          <mxGeometry relative="1" as="geometry" />
        </mxCell>
        <mxCell id="e_g_dim_pat" parent="1" edge="1" source="1mUyeEgf9nEu3bWgY-zx-8" target="g_dim_pat" style="edgeStyle=orthogonalEdgeStyle;rounded=0;orthogonalLoop=1;jettySize=auto;html=1;strokeColor=#213245;entryX=0;entryY=0.5;entryDx=0;entryDy=0;">
          <mxGeometry relative="1" as="geometry" />
        </mxCell>
        <mxCell id="e_vw_g_dim_pat" parent="1" edge="1" source="g_dim_pat" target="vw_g_dim_pat" style="edgeStyle=orthogonalEdgeStyle;rounded=0;orthogonalLoop=1;jettySize=auto;html=1;strokeColor=#095f7e;exitX=1;exitY=0.5;exitDx=0;exitDy=0;entryX=0;entryY=0.5;entryDx=0;entryDy=0;">
          <mxGeometry relative="1" as="geometry" />
        </mxCell>
        <mxCell id="e_g_dim_pay" parent="1" edge="1" source="1mUyeEgf9nEu3bWgY-zx-9" target="g_dim_pay" style="edgeStyle=orthogonalEdgeStyle;rounded=0;orthogonalLoop=1;jettySize=auto;html=1;strokeColor=#213245;entryX=0;entryY=0.5;entryDx=0;entryDy=0;">
          <mxGeometry relative="1" as="geometry" />
        </mxCell>
        <mxCell id="e_vw_g_dim_pay" parent="1" edge="1" source="g_dim_pay" target="vw_g_dim_pay" style="edgeStyle=orthogonalEdgeStyle;rounded=0;orthogonalLoop=1;jettySize=auto;html=1;strokeColor=#095f7e;exitX=1;exitY=0.5;exitDx=0;exitDy=0;entryX=0;entryY=0.5;entryDx=0;entryDy=0;">
          <mxGeometry relative="1" as="geometry" />
        </mxCell>
        <mxCell id="e_g_fact_proc" parent="1" edge="1" source="1mUyeEgf9nEu3bWgY-zx-10" target="g_fact_proc" style="edgeStyle=orthogonalEdgeStyle;rounded=0;orthogonalLoop=1;jettySize=auto;html=1;strokeColor=#213245;entryX=0;entryY=0.5;entryDx=0;entryDy=0;">
          <mxGeometry relative="1" as="geometry" />
        </mxCell>
        <mxCell id="e_vw_g_fact_proc" parent="1" edge="1" source="g_fact_proc" target="vw_g_fact_proc" style="edgeStyle=orthogonalEdgeStyle;rounded=0;orthogonalLoop=1;jettySize=auto;html=1;strokeColor=#095f7e;exitX=1;exitY=0.5;exitDx=0;exitDy=0;entryX=0;entryY=0.5;entryDx=0;entryDy=0;">
          <mxGeometry relative="1" as="geometry" />
        </mxCell>
        <mxCell id="e_g_dim_prcdate" parent="1" edge="1" source="1mUyeEgf9nEu3bWgY-zx-10" target="g_dim_prcdate" style="edgeStyle=orthogonalEdgeStyle;rounded=0;orthogonalLoop=1;jettySize=auto;html=1;strokeColor=#213245;entryX=0;entryY=0.5;entryDx=0;entryDy=0;">
          <mxGeometry relative="1" as="geometry" />
        </mxCell>
        <mxCell id="e_vw_g_dim_prcdate" parent="1" edge="1" source="g_dim_prcdate" target="vw_g_dim_prcdate" style="edgeStyle=orthogonalEdgeStyle;rounded=0;orthogonalLoop=1;jettySize=auto;html=1;strokeColor=#095f7e;exitX=1;exitY=0.5;exitDx=0;exitDy=0;entryX=0;entryY=0.5;entryDx=0;entryDy=0;">
          <mxGeometry relative="1" as="geometry" />
        </mxCell>
      </root>
    </mxGraphModel>
  </diagram>
</mxfile>
